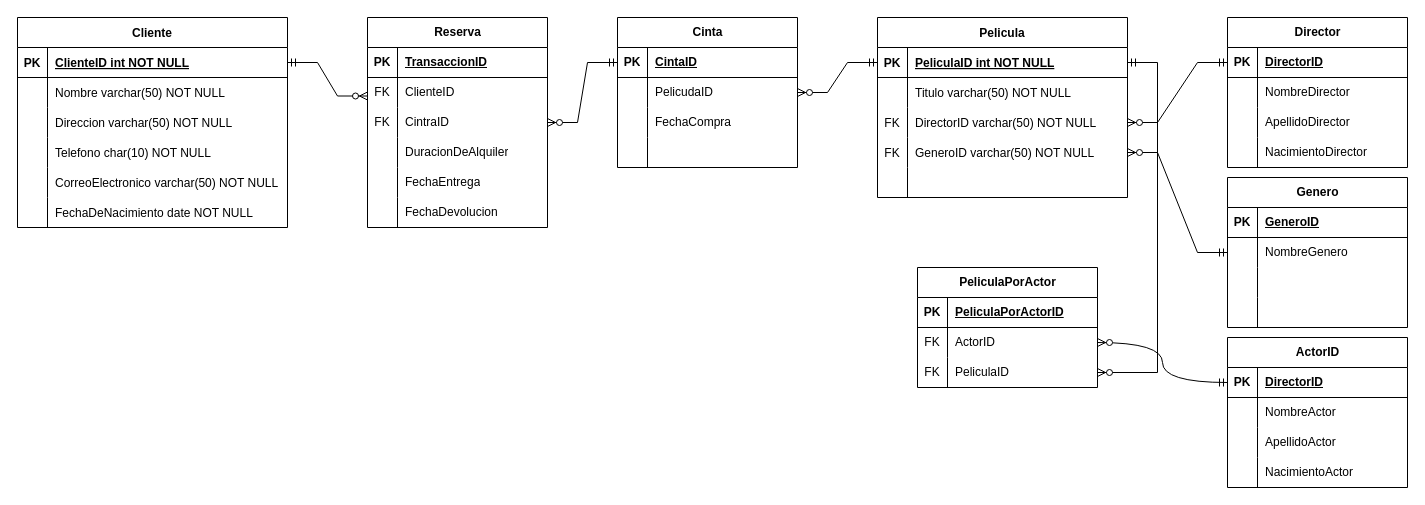
The draw.io diagram ej3.drawio in DamianPiuselli/Diagrams, before the edit. Source tidied: cells renumbered, new cells numbered last; positions are measured from the earlier drawing's top-left corner, leaving out a move shared by most shapes. Both pictures are drawn from the tidied source at 100%, with x=0, y=0 at pixel (17, 17).
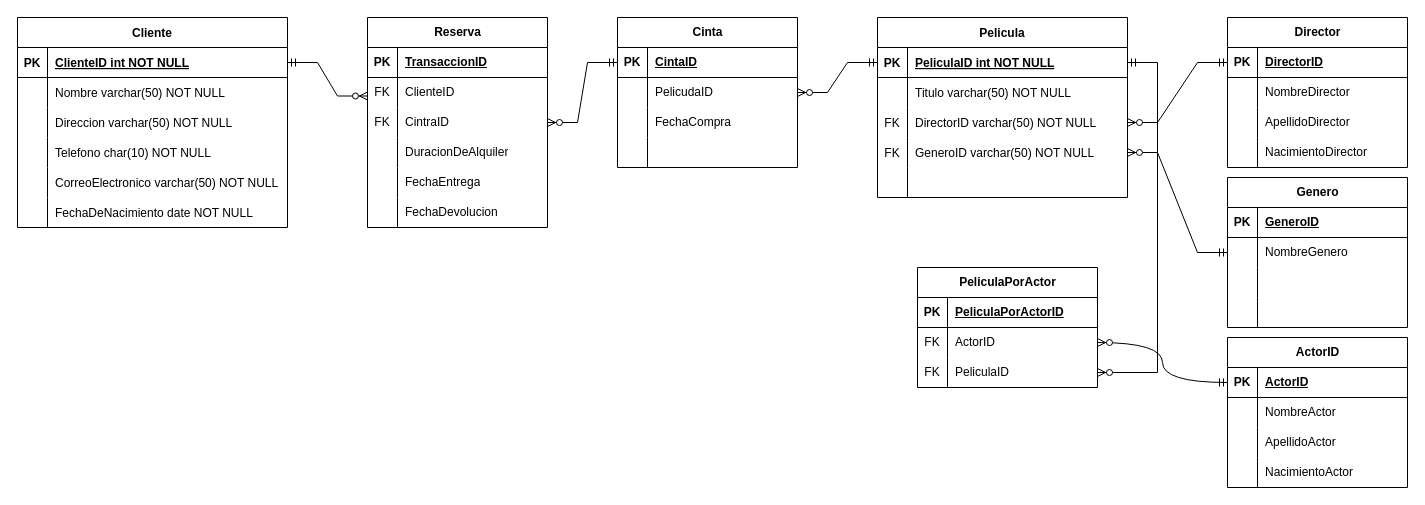
The same page after the edit.

Unchanged cells that the change refers to:
```xml
<mxCell id="99" style="shape=tableRow;horizontal=0;startSize=0;swimlaneHead=0;swimlaneBody=0;fillColor=none;points=[[0,0.5],[1,0.5]];portConstraint=eastwest;top=0;left=0;right=0;bottom=1;" parent="98" vertex="1">
  <mxGeometry y="30" width="180" height="30" as="geometry" />
</mxCell>
```

The edit, as a diff of the source:
```diff
@@
-    <mxCell id="101" value="DirectorID" style="shape=partialRectangle;fillColor=none;top=0;left=0;bottom=0;right=0;align=left;spacingLeft=6;fontStyle=5;overflow=hidden;whiteSpace=wrap;html=1;" parent="99" vertex="1">
+    <mxCell id="101" value="ActorID" style="shape=partialRectangle;fillColor=none;top=0;left=0;bottom=0;right=0;align=left;spacingLeft=6;fontStyle=5;overflow=hidden;whiteSpace=wrap;html=1;" parent="99" vertex="1">
       <mxGeometry x="30" width="150" height="30" as="geometry" />
     </mxCell>
```
